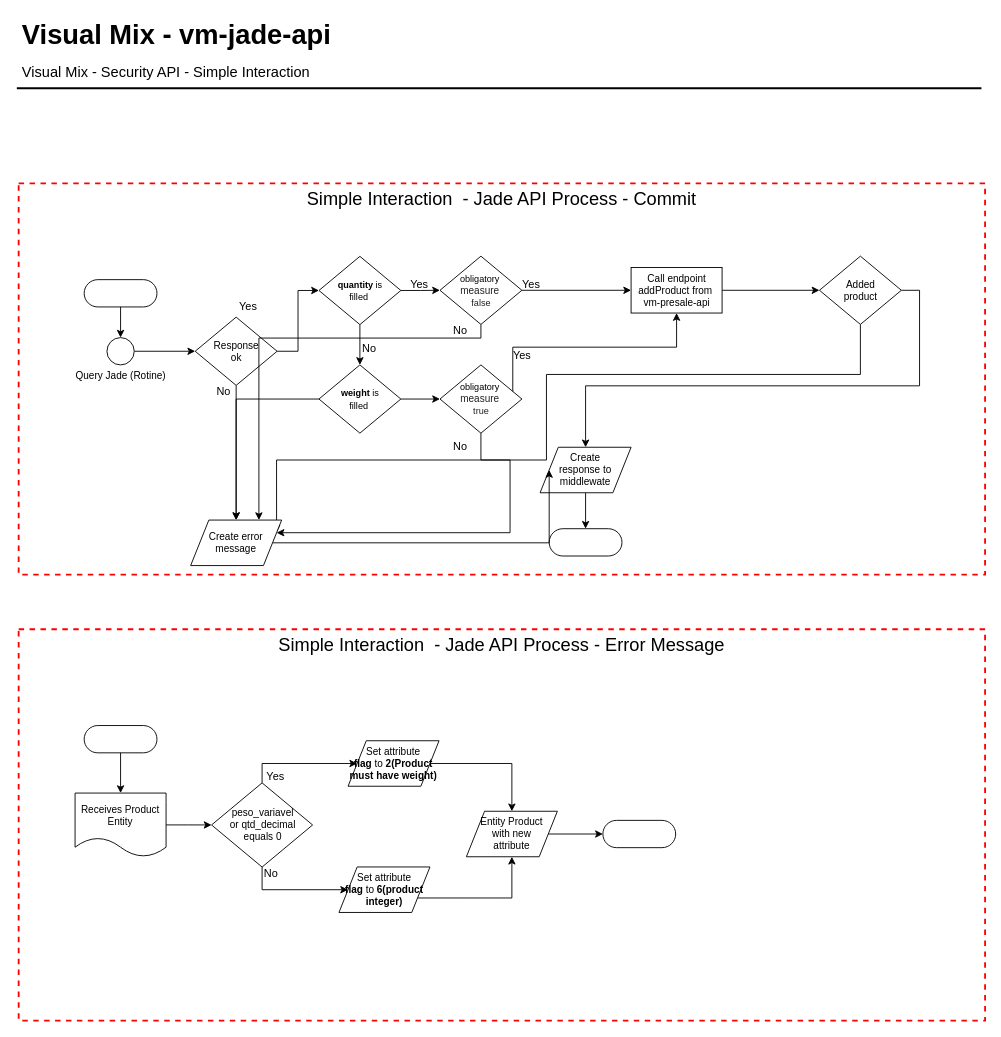
Earlier version of the draw.io diagram page "Simple Commit Interaction" (3 of 3) of vm-jade-api.drawio (Wiu0/diagram). Source tidied: cells renumbered, new cells numbered last; positions are measured from the earlier drawing's top-left corner, leaving out a move shared by most shapes. Both pictures are drawn from the tidied source at 91%, with x=0, y=0 at pixel (16, 15).
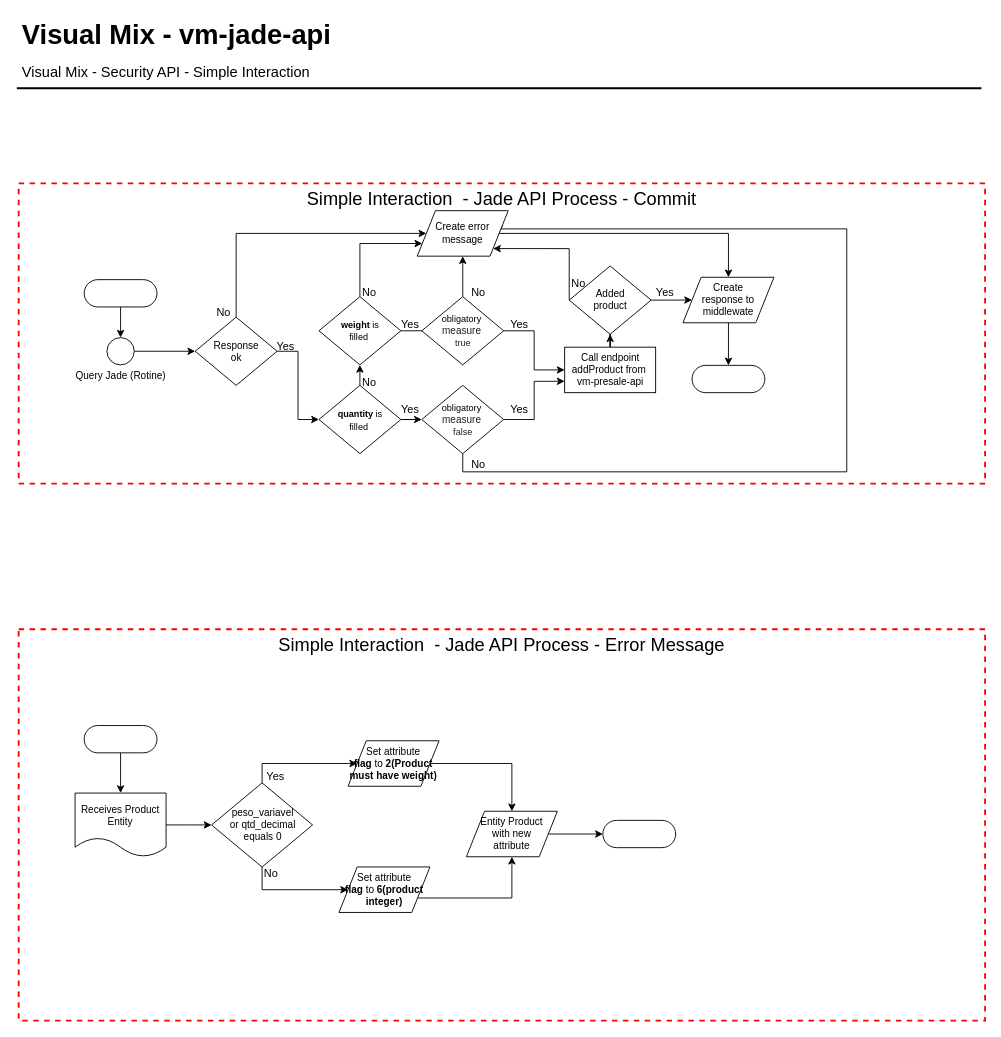
The same page after the edit.

The change refers to these unchanged cells:
```xml
<mxCell id="16" value="&lt;span style=&quot;font-size: 11px&quot;&gt;Response&lt;br&gt;ok&lt;br&gt;&lt;/span&gt;" style="shape=rhombus;html=1;dashed=0;whitespace=wrap;perimeter=rhombusPerimeter;fontSize=11;horizontal=1;verticalAlign=middle;spacing=0;" parent="6" vertex="1">
  <mxGeometry x="194" y="147" width="90" height="75" as="geometry" />
</mxCell>
```

Change to the diagram source:
```diff
@@
     <mxCell id="6" value="Simple Interaction &amp;nbsp;- Jade API Process - Commit" style="fontStyle=0;verticalAlign=top;align=center;spacingTop=-2;fillColor=none;rounded=0;whiteSpace=wrap;html=1;strokeColor=#FF0000;strokeWidth=2;dashed=1;fontSize=20;" parent="1" vertex="1">
-      <mxGeometry x="2" y="184" width="1062" height="430" as="geometry" />
+      <mxGeometry x="2" y="184" width="1062" height="330" as="geometry" />
     </mxCell>
@@
     <mxCell id="9" style="html=1;dashed=0;whitespace=wrap;shape=mxgraph.dfd.start;" parent="6" vertex="1">
-      <mxGeometry x="583" y="379.5" width="80" height="30" as="geometry" />
+      <mxGeometry x="740" y="200" width="80" height="30" as="geometry" />
     </mxCell>
@@
     <mxCell id="11" value="Create &lt;br&gt;response to middlewate" style="shape=parallelogram;perimeter=parallelogramPerimeter;whiteSpace=wrap;html=1;dashed=0;fontSize=11;align=center;" parent="6" vertex="1">
-      <mxGeometry x="573" y="290" width="100" height="50" as="geometry" />
+      <mxGeometry x="730" y="103.2" width="100" height="50" as="geometry" />
     </mxCell>
@@
+    <mxCell id="15" style="edgeStyle=orthogonalEdgeStyle;rounded=0;jettySize=auto;html=1;exitX=1;exitY=0.5;exitDx=0;exitDy=0;entryX=0;entryY=0.5;entryDx=0;entryDy=0;fontSize=11;" parent="6" edge="1" source="16" target="29">
+      <mxGeometry relative="1" as="geometry" />
+    </mxCell>
-    <mxCell id="14" style="edgeStyle=orthogonalEdgeStyle;rounded=0;jettySize=auto;html=1;exitX=0.5;exitY=1;exitDx=0;exitDy=0;fontSize=11;entryX=0.5;entryY=0;entryDx=0;entryDy=0;" parent="6" edge="1" source="16" target="26">
-      <mxGeometry relative="1" as="geometry" />
+    <mxCell id="14" style="edgeStyle=orthogonalEdgeStyle;rounded=0;jettySize=auto;html=1;exitX=0.5;exitY=0;exitDx=0;exitDy=0;entryX=0;entryY=0.5;entryDx=0;entryDy=0;fontSize=11;" parent="6" edge="1" source="16" target="26">
+      <mxGeometry relative="1" as="geometry">
+        <Array as="points">
+          <mxPoint x="239" y="55" />
+        </Array>
+      </mxGeometry>
     </mxCell>
-    <mxCell id="15" style="edgeStyle=orthogonalEdgeStyle;rounded=0;jettySize=auto;html=1;exitX=1;exitY=0.5;exitDx=0;exitDy=0;entryX=0;entryY=0.5;entryDx=0;entryDy=0;fontSize=11;" parent="6" edge="1" source="16" target="29">
-      <mxGeometry relative="1" as="geometry" />
-    </mxCell>
@@
-    <mxCell id="17" style="edgeStyle=orthogonalEdgeStyle;rounded=0;jettySize=auto;html=1;exitX=1;exitY=0.5;exitDx=0;exitDy=0;fontSize=11;" parent="6" edge="1" source="18" target="21">
+    <mxCell id="17" style="edgeStyle=orthogonalEdgeStyle;rounded=0;jettySize=auto;html=1;exitX=0.5;exitY=0;exitDx=0;exitDy=0;fontSize=11;" parent="6" edge="1" source="18" target="21">
       <mxGeometry relative="1" as="geometry" />
     </mxCell>
     <mxCell id="18" value="Call endpoint &lt;br&gt;addProduct from&amp;nbsp;&lt;br&gt;vm-presale-api" style="html=1;dashed=0;whitespace=wrap;fontSize=11;align=center;" parent="6" vertex="1">
-      <mxGeometry x="673" y="92.5" width="100" height="50" as="geometry" />
+      <mxGeometry x="600" y="180" width="100" height="50" as="geometry" />
     </mxCell>
-    <mxCell id="19" style="edgeStyle=orthogonalEdgeStyle;rounded=0;jettySize=auto;html=1;exitX=1;exitY=0.5;exitDx=0;exitDy=0;entryX=0.5;entryY=0;entryDx=0;entryDy=0;fontSize=11;" parent="6" edge="1" source="21" target="11">
+    <mxCell id="19" style="edgeStyle=orthogonalEdgeStyle;rounded=0;jettySize=auto;html=1;exitX=1;exitY=0.5;exitDx=0;exitDy=0;entryX=0;entryY=0.5;entryDx=0;entryDy=0;fontSize=11;" parent="6" edge="1" source="21" target="11">
       <mxGeometry relative="1" as="geometry" />
     </mxCell>
-    <mxCell id="20" style="edgeStyle=orthogonalEdgeStyle;rounded=0;jettySize=auto;html=1;exitX=0.5;exitY=1;exitDx=0;exitDy=0;entryX=1;entryY=0.25;entryDx=0;entryDy=0;fontSize=11;" parent="6" edge="1" source="21" target="26">
+    <mxCell id="20" style="edgeStyle=orthogonalEdgeStyle;rounded=0;jettySize=auto;html=1;exitX=0;exitY=0.5;exitDx=0;exitDy=0;entryX=1;entryY=1;entryDx=0;entryDy=0;fontSize=11;" parent="6" edge="1" source="21" target="26">
       <mxGeometry relative="1" as="geometry">
         <Array as="points">
-          <mxPoint x="925" y="210" />
-          <mxPoint x="580" y="210" />
-          <mxPoint x="580" y="304" />
+          <mxPoint x="605" y="72" />
         </Array>
       </mxGeometry>
     </mxCell>
     <mxCell id="21" value="&lt;span style=&quot;font-size: 11px&quot;&gt;Added&lt;br&gt;product&lt;br&gt;&lt;/span&gt;" style="shape=rhombus;html=1;dashed=0;whitespace=wrap;perimeter=rhombusPerimeter;fontSize=11;horizontal=1;verticalAlign=middle;spacing=0;" parent="6" vertex="1">
-      <mxGeometry x="880" y="80" width="90" height="75" as="geometry" />
+      <mxGeometry x="605" y="90.8" width="90" height="75" as="geometry" />
     </mxCell>
-    <mxCell id="22" value="&lt;font style=&quot;font-size: 12px&quot;&gt;Yes&lt;/font&gt;" style="text;html=1;align=center;verticalAlign=middle;fontSize=20;" parent="6" vertex="1">
-      <mxGeometry x="232" y="117" width="40" height="30" as="geometry" />
-    </mxCell>
-    <mxCell id="23" value="&lt;font style=&quot;font-size: 12px&quot;&gt;Yes&lt;/font&gt;" style="text;html=1;align=center;verticalAlign=middle;fontSize=20;" parent="6" vertex="1">
-      <mxGeometry x="420" y="92.5" width="40" height="30" as="geometry" />
-    </mxCell>
-    <mxCell id="24" value="&lt;font style=&quot;font-size: 12px&quot;&gt;No&lt;/font&gt;" style="text;html=1;align=center;verticalAlign=middle;fontSize=20;" parent="6" vertex="1">
-      <mxGeometry x="210" y="210" width="30" height="30" as="geometry" />
-    </mxCell>
-    <mxCell id="25" style="edgeStyle=orthogonalEdgeStyle;rounded=0;jettySize=auto;html=1;exitX=1;exitY=0.5;exitDx=0;exitDy=0;entryX=0;entryY=0.5;entryDx=0;entryDy=0;fontSize=11;" parent="6" edge="1" source="26" target="11">
-      <mxGeometry relative="1" as="geometry" />
-    </mxCell>
-    <mxCell id="26" value="Create error message" style="shape=parallelogram;perimeter=parallelogramPerimeter;whiteSpace=wrap;html=1;dashed=0;fontSize=11;align=center;" parent="6" vertex="1">
-      <mxGeometry x="189" y="370" width="100" height="50" as="geometry" />
-    </mxCell>
+    <mxCell id="28" style="edgeStyle=orthogonalEdgeStyle;rounded=0;jettySize=auto;html=1;exitX=1;exitY=0.5;exitDx=0;exitDy=0;fontSize=11;" parent="6" edge="1" source="29" target="36">
+      <mxGeometry relative="1" as="geometry" />
+    </mxCell>
-    <mxCell id="27" style="edgeStyle=orthogonalEdgeStyle;rounded=0;jettySize=auto;html=1;exitX=0.5;exitY=1;exitDx=0;exitDy=0;fontSize=11;" parent="6" edge="1" source="29" target="33">
+    <mxCell id="27" style="edgeStyle=orthogonalEdgeStyle;rounded=0;jettySize=auto;html=1;exitX=0.5;exitY=0;exitDx=0;exitDy=0;entryX=0.5;entryY=1;entryDx=0;entryDy=0;fontSize=11;" parent="6" edge="1" source="29" target="33">
       <mxGeometry relative="1" as="geometry" />
     </mxCell>
-    <mxCell id="28" style="edgeStyle=orthogonalEdgeStyle;rounded=0;jettySize=auto;html=1;exitX=1;exitY=0.5;exitDx=0;exitDy=0;fontSize=11;" parent="6" edge="1" source="29" target="36">
-      <mxGeometry relative="1" as="geometry" />
-    </mxCell>
     <mxCell id="29" value="&lt;font style=&quot;font-size: 10px&quot;&gt;&lt;b&gt;quantity&lt;/b&gt; is &lt;br&gt;filled&amp;nbsp;&lt;/font&gt;&lt;span style=&quot;color: rgba(0 , 0 , 0 , 0.87) ; font-family: &amp;#34;arial&amp;#34; , sans-serif ; text-align: left ; background-color: rgb(255 , 255 , 255) ; font-size: 10px&quot;&gt;&lt;br&gt;&lt;/span&gt;" style="shape=rhombus;html=1;dashed=0;whitespace=wrap;perimeter=rhombusPerimeter;fontSize=11;horizontal=1;verticalAlign=middle;spacing=0;" parent="6" vertex="1">
-      <mxGeometry x="330" y="80.2" width="90" height="75" as="geometry" />
+      <mxGeometry x="330" y="222" width="90" height="75" as="geometry" />
     </mxCell>
     <mxCell id="30" value="&lt;font style=&quot;font-size: 12px&quot;&gt;No&lt;/font&gt;" style="text;html=1;align=center;verticalAlign=middle;fontSize=20;" parent="6" vertex="1">
-      <mxGeometry x="370" y="163" width="30" height="30" as="geometry" />
+      <mxGeometry x="370" y="200" width="30" height="30" as="geometry" />
     </mxCell>
-    <mxCell id="31" style="edgeStyle=orthogonalEdgeStyle;rounded=0;jettySize=auto;html=1;exitX=0;exitY=0.5;exitDx=0;exitDy=0;fontSize=11;" parent="6" edge="1" source="33" target="26">
-      <mxGeometry relative="1" as="geometry" />
-    </mxCell>
-    <mxCell id="32" style="edgeStyle=orthogonalEdgeStyle;rounded=0;jettySize=auto;html=1;exitX=1;exitY=0.5;exitDx=0;exitDy=0;fontSize=11;" parent="6" edge="1" source="33" target="40">
-      <mxGeometry relative="1" as="geometry" />
-    </mxCell>
-    <mxCell id="33" value="&lt;font style=&quot;font-size: 10px&quot;&gt;&lt;b&gt;weight&lt;/b&gt;&amp;nbsp;is &lt;br&gt;filled&amp;nbsp;&lt;/font&gt;&lt;span style=&quot;color: rgba(0 , 0 , 0 , 0.87) ; font-family: &amp;#34;arial&amp;#34; , sans-serif ; text-align: left ; background-color: rgb(255 , 255 , 255) ; font-size: 10px&quot;&gt;&lt;br&gt;&lt;/span&gt;" style="shape=rhombus;html=1;dashed=0;whitespace=wrap;perimeter=rhombusPerimeter;fontSize=11;horizontal=1;verticalAlign=middle;spacing=0;" parent="6" vertex="1">
-      <mxGeometry x="330" y="199.5" width="90" height="75" as="geometry" />
-    </mxCell>
-    <mxCell id="34" style="edgeStyle=orthogonalEdgeStyle;rounded=0;jettySize=auto;html=1;exitX=1;exitY=0.5;exitDx=0;exitDy=0;fontSize=11;" parent="6" edge="1" source="36" target="18">
+    <mxCell id="34" style="edgeStyle=orthogonalEdgeStyle;rounded=0;jettySize=auto;html=1;exitX=1;exitY=0.5;exitDx=0;exitDy=0;entryX=0;entryY=0.75;entryDx=0;entryDy=0;fontSize=11;" parent="6" edge="1" source="36" target="18">
       <mxGeometry relative="1" as="geometry" />
     </mxCell>
-    <mxCell id="35" style="edgeStyle=orthogonalEdgeStyle;rounded=0;jettySize=auto;html=1;exitX=0.5;exitY=1;exitDx=0;exitDy=0;entryX=0.75;entryY=0;entryDx=0;entryDy=0;fontSize=11;" parent="6" edge="1" source="36" target="26">
+    <mxCell id="35" style="edgeStyle=orthogonalEdgeStyle;rounded=0;jettySize=auto;html=1;exitX=0.5;exitY=1;exitDx=0;exitDy=0;fontSize=11;entryX=1;entryY=0.5;entryDx=0;entryDy=0;" parent="6" edge="1" source="36" target="26">
       <mxGeometry relative="1" as="geometry">
         <Array as="points">
-          <mxPoint x="508" y="170" />
-          <mxPoint x="264" y="170" />
+          <mxPoint x="488" y="317" />
+          <mxPoint x="910" y="317" />
+          <mxPoint x="910" y="50" />
+          <mxPoint x="528" y="50" />
         </Array>
       </mxGeometry>
     </mxCell>
     <mxCell id="36" value="&lt;font style=&quot;font-size: 10px&quot;&gt;obligatory&amp;nbsp;&lt;br&gt;&lt;span style=&quot;color: rgba(0 , 0 , 0 , 0.87) ; font-family: &amp;#34;arial&amp;#34; , sans-serif ; font-size: 11px ; text-align: left ; background-color: rgb(255 , 255 , 255)&quot;&gt;measure&lt;/span&gt;&amp;nbsp;&lt;br&gt;&lt;/font&gt;&lt;span style=&quot;color: rgba(0 , 0 , 0 , 0.87) ; font-family: &amp;#34;arial&amp;#34; , sans-serif ; text-align: left ; background-color: rgb(255 , 255 , 255) ; font-size: 10px&quot;&gt;false&lt;br&gt;&lt;/span&gt;" style="shape=rhombus;html=1;dashed=0;whitespace=wrap;perimeter=rhombusPerimeter;fontSize=11;horizontal=1;verticalAlign=middle;spacing=0;" parent="6" vertex="1">
-      <mxGeometry x="463" y="80" width="90" height="75" as="geometry" />
+      <mxGeometry x="443" y="222" width="90" height="75" as="geometry" />
     </mxCell>
     <mxCell id="37" value="&lt;font style=&quot;font-size: 12px&quot;&gt;Yes&lt;/font&gt;" style="text;html=1;align=center;verticalAlign=middle;fontSize=20;" parent="6" vertex="1">
-      <mxGeometry x="543" y="92.5" width="40" height="30" as="geometry" />
+      <mxGeometry x="410" y="135.8" width="40" height="30" as="geometry" />
     </mxCell>
+    <mxCell id="42" value="&lt;font style=&quot;font-size: 12px&quot;&gt;Yes&lt;/font&gt;" style="text;html=1;align=center;verticalAlign=middle;fontSize=20;" parent="6" vertex="1">
+      <mxGeometry x="410" y="230" width="40" height="30" as="geometry" />
+    </mxCell>
+    <mxCell id="25" style="edgeStyle=orthogonalEdgeStyle;rounded=0;jettySize=auto;html=1;exitX=1;exitY=0.5;exitDx=0;exitDy=0;fontSize=11;" parent="6" edge="1" source="26" target="11">
+      <mxGeometry relative="1" as="geometry" />
+    </mxCell>
+    <mxCell id="26" value="Create error message" style="shape=parallelogram;perimeter=parallelogramPerimeter;whiteSpace=wrap;html=1;dashed=0;fontSize=11;align=center;" parent="6" vertex="1">
+      <mxGeometry x="438" y="30" width="100" height="50" as="geometry" />
+    </mxCell>
+    <mxCell id="61" value="&lt;font style=&quot;font-size: 12px&quot;&gt;No&lt;/font&gt;" style="text;html=1;align=center;verticalAlign=middle;fontSize=20;" parent="6" vertex="1">
+      <mxGeometry x="210" y="122.5" width="30" height="30" as="geometry" />
+    </mxCell>
+    <mxCell id="22" value="&lt;font style=&quot;font-size: 12px&quot;&gt;Yes&lt;/font&gt;" style="text;html=1;align=center;verticalAlign=middle;fontSize=20;" parent="6" vertex="1">
+      <mxGeometry x="273" y="161" width="40" height="30" as="geometry" />
+    </mxCell>
+    <mxCell id="31" style="edgeStyle=orthogonalEdgeStyle;rounded=0;jettySize=auto;html=1;exitX=0.5;exitY=0;exitDx=0;exitDy=0;entryX=0;entryY=0.75;entryDx=0;entryDy=0;fontSize=11;" parent="6" edge="1" source="33" target="26">
+      <mxGeometry relative="1" as="geometry">
+        <Array as="points">
+          <mxPoint x="375" y="66" />
+        </Array>
+      </mxGeometry>
+    </mxCell>
+    <mxCell id="32" style="edgeStyle=orthogonalEdgeStyle;rounded=0;jettySize=auto;html=1;exitX=1;exitY=0.5;exitDx=0;exitDy=0;entryX=0.111;entryY=0.593;entryDx=0;entryDy=0;entryPerimeter=0;fontSize=11;" parent="6" edge="1" source="33" target="40">
+      <mxGeometry relative="1" as="geometry" />
+    </mxCell>
+    <mxCell id="33" value="&lt;font style=&quot;font-size: 10px&quot;&gt;&lt;b&gt;weight&lt;/b&gt;&amp;nbsp;is &lt;br&gt;filled&amp;nbsp;&lt;/font&gt;&lt;span style=&quot;color: rgba(0 , 0 , 0 , 0.87) ; font-family: &amp;#34;arial&amp;#34; , sans-serif ; text-align: left ; background-color: rgb(255 , 255 , 255) ; font-size: 10px&quot;&gt;&lt;br&gt;&lt;/span&gt;" style="shape=rhombus;html=1;dashed=0;whitespace=wrap;perimeter=rhombusPerimeter;fontSize=11;horizontal=1;verticalAlign=middle;spacing=0;" parent="6" vertex="1">
+      <mxGeometry x="330" y="124.5" width="90" height="75" as="geometry" />
+    </mxCell>
-    <mxCell id="38" style="edgeStyle=orthogonalEdgeStyle;rounded=0;jettySize=auto;html=1;exitX=0.5;exitY=1;exitDx=0;exitDy=0;entryX=1;entryY=0.25;entryDx=0;entryDy=0;fontSize=11;" parent="6" edge="1" source="40" target="26">
-      <mxGeometry relative="1" as="geometry">
-        <Array as="points">
-          <mxPoint x="508" y="304" />
-          <mxPoint x="540" y="304" />
-          <mxPoint x="540" y="384" />
-        </Array>
-      </mxGeometry>
+    <mxCell id="38" style="edgeStyle=orthogonalEdgeStyle;rounded=0;jettySize=auto;html=1;exitX=0.5;exitY=0;exitDx=0;exitDy=0;entryX=0.5;entryY=1;entryDx=0;entryDy=0;fontSize=11;" parent="6" edge="1" source="40" target="26">
+      <mxGeometry relative="1" as="geometry" />
     </mxCell>
-    <mxCell id="39" style="edgeStyle=orthogonalEdgeStyle;rounded=0;jettySize=auto;html=1;exitX=1;exitY=0.5;exitDx=0;exitDy=0;entryX=0.5;entryY=1;entryDx=0;entryDy=0;fontSize=11;" parent="6" edge="1" source="40" target="18">
-      <mxGeometry relative="1" as="geometry">
-        <Array as="points">
-          <mxPoint x="543" y="180" />
-          <mxPoint x="723" y="180" />
-        </Array>
-      </mxGeometry>
+    <mxCell id="39" style="edgeStyle=orthogonalEdgeStyle;rounded=0;jettySize=auto;html=1;exitX=1;exitY=0.5;exitDx=0;exitDy=0;entryX=0;entryY=0.5;entryDx=0;entryDy=0;fontSize=11;" parent="6" edge="1" source="40" target="18">
+      <mxGeometry relative="1" as="geometry" />
     </mxCell>
     <mxCell id="40" value="&lt;font style=&quot;font-size: 10px&quot;&gt;obligatory&amp;nbsp;&lt;br&gt;&lt;span style=&quot;color: rgba(0 , 0 , 0 , 0.87) ; font-family: &amp;#34;arial&amp;#34; , sans-serif ; font-size: 11px ; text-align: left ; background-color: rgb(255 , 255 , 255)&quot;&gt;measure&lt;/span&gt;&amp;nbsp;&lt;br&gt;&lt;/font&gt;&lt;span style=&quot;color: rgba(0 , 0 , 0 , 0.87) ; font-family: &amp;#34;arial&amp;#34; , sans-serif ; text-align: left ; background-color: rgb(255 , 255 , 255) ; font-size: 10px&quot;&gt;true&lt;br&gt;&lt;/span&gt;" style="shape=rhombus;html=1;dashed=0;whitespace=wrap;perimeter=rhombusPerimeter;fontSize=11;horizontal=1;verticalAlign=middle;spacing=0;" parent="6" vertex="1">
-      <mxGeometry x="463" y="199.5" width="90" height="75" as="geometry" />
+      <mxGeometry x="443" y="124.5" width="90" height="75" as="geometry" />
     </mxCell>
-    <mxCell id="41" value="&lt;font style=&quot;font-size: 12px&quot;&gt;No&lt;/font&gt;" style="text;html=1;align=center;verticalAlign=middle;fontSize=20;" parent="6" vertex="1">
-      <mxGeometry x="470" y="270" width="30" height="30" as="geometry" />
-    </mxCell>
-    <mxCell id="42" value="&lt;font style=&quot;font-size: 12px&quot;&gt;Yes&lt;/font&gt;" style="text;html=1;align=center;verticalAlign=middle;fontSize=20;" parent="6" vertex="1">
-      <mxGeometry x="533" y="169.5" width="40" height="30" as="geometry" />
-    </mxCell>
-    <mxCell id="43" value="&lt;font style=&quot;font-size: 12px&quot;&gt;No&lt;/font&gt;" style="text;html=1;align=center;verticalAlign=middle;fontSize=20;" parent="6" vertex="1">
-      <mxGeometry x="470" y="142.5" width="30" height="30" as="geometry" />
-    </mxCell>
+    <mxCell id="62" value="&lt;font style=&quot;font-size: 12px&quot;&gt;No&lt;/font&gt;" style="text;html=1;align=center;verticalAlign=middle;fontSize=20;" parent="6" vertex="1">
+      <mxGeometry x="370" y="100.5" width="30" height="30" as="geometry" />
+    </mxCell>
+    <mxCell id="63" value="&lt;font style=&quot;font-size: 12px&quot;&gt;No&lt;/font&gt;" style="text;html=1;align=center;verticalAlign=middle;fontSize=20;" parent="6" vertex="1">
+      <mxGeometry x="490" y="100.5" width="30" height="30" as="geometry" />
+    </mxCell>
+    <mxCell id="64" value="&lt;font style=&quot;font-size: 12px&quot;&gt;Yes&lt;/font&gt;" style="text;html=1;align=center;verticalAlign=middle;fontSize=20;" parent="6" vertex="1">
+      <mxGeometry x="530" y="135.8" width="40" height="30" as="geometry" />
+    </mxCell>
+    <mxCell id="65" value="&lt;font style=&quot;font-size: 12px&quot;&gt;Yes&lt;/font&gt;" style="text;html=1;align=center;verticalAlign=middle;fontSize=20;" parent="6" vertex="1">
+      <mxGeometry x="530" y="230" width="40" height="30" as="geometry" />
+    </mxCell>
+    <mxCell id="66" value="&lt;font style=&quot;font-size: 12px&quot;&gt;No&lt;/font&gt;" style="text;html=1;align=center;verticalAlign=middle;fontSize=20;" parent="6" vertex="1">
+      <mxGeometry x="490" y="290" width="30" height="30" as="geometry" />
+    </mxCell>
+    <mxCell id="67" value="&lt;font style=&quot;font-size: 12px&quot;&gt;No&lt;/font&gt;" style="text;html=1;align=center;verticalAlign=middle;fontSize=20;" parent="6" vertex="1">
+      <mxGeometry x="600" y="90.8" width="30" height="30" as="geometry" />
+    </mxCell>
+    <mxCell id="68" value="&lt;font style=&quot;font-size: 12px&quot;&gt;Yes&lt;/font&gt;" style="text;html=1;align=center;verticalAlign=middle;fontSize=20;" parent="6" vertex="1">
+      <mxGeometry x="690" y="100.5" width="40" height="30" as="geometry" />
+    </mxCell>
```
